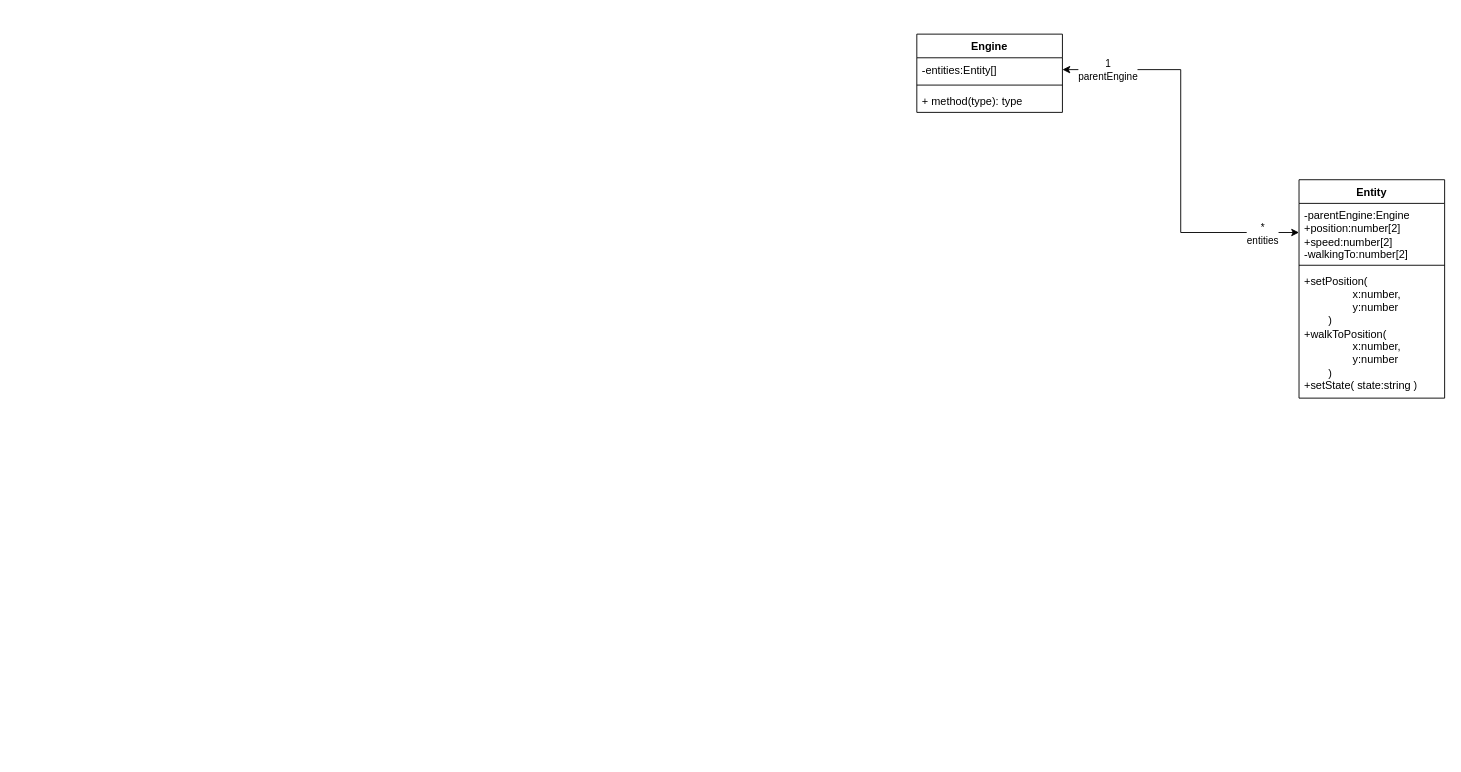
waitimconfused/compscig12-towerdefense keeps this draw.io diagram as Class Structure.drawio. Above is the earlier version. Source tidied: cells renumbered, new cells numbered last; positions are measured from the earlier drawing's top-left corner, leaving out a move shared by most shapes. Both pictures are drawn from the tidied source at 91%, with x=0, y=0 at pixel (916, 34).
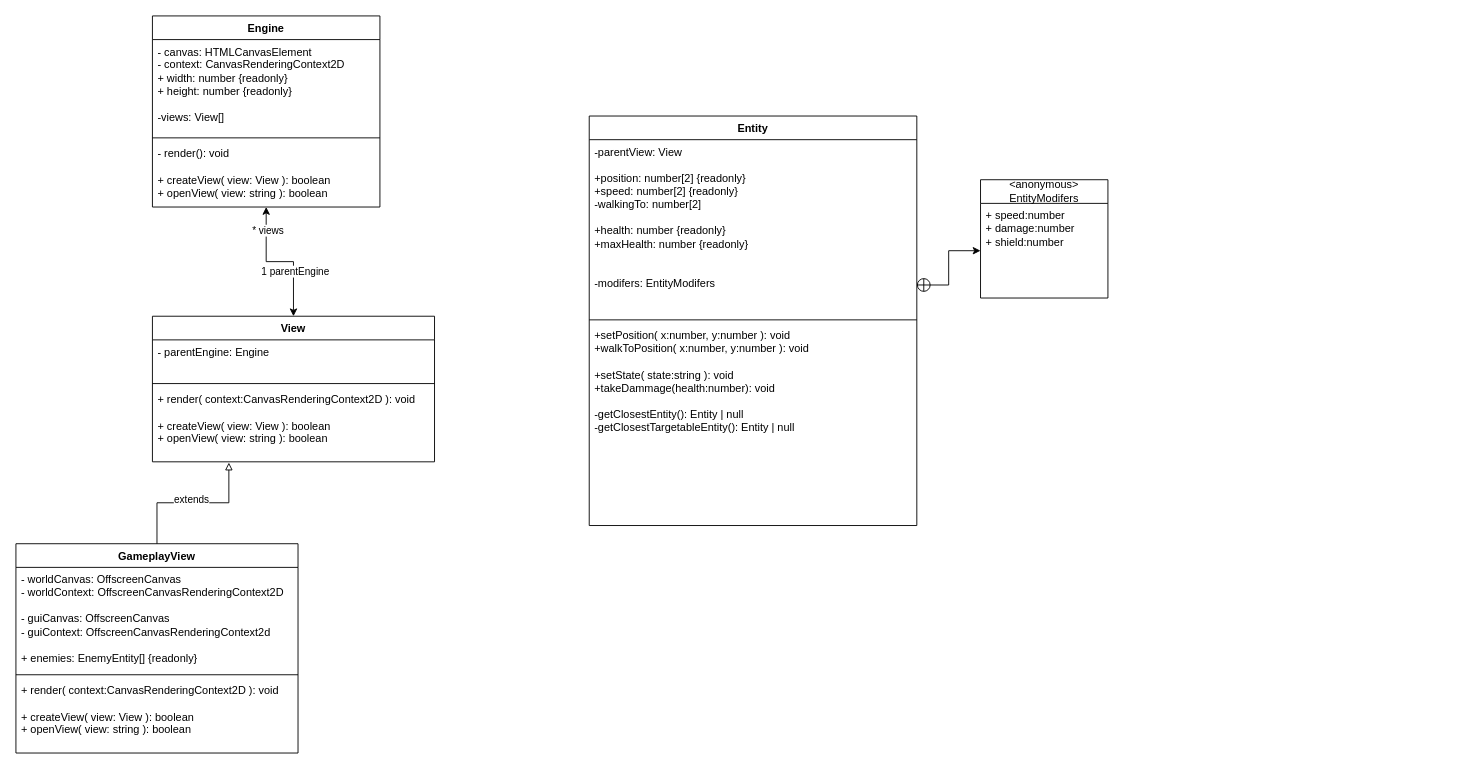
After the change.

Commit message:
Reset all, added better stuff

Diff of the diagram source:
```diff
@@
     <mxCell id="2" value="Entity" style="swimlane;fontStyle=1;align=center;verticalAlign=top;horizontal=1;startSize=26;whiteSpace=wrap;html=1;" parent="1" vertex="1">
-      <mxGeometry x="420" y="160" width="160" height="240" as="geometry" />
+      <mxGeometry x="-360" y="90" width="360" height="450" as="geometry" />
     </mxCell>
-    <mxCell id="3" value="&lt;div&gt;-parentEngine:Engine&lt;/div&gt;&lt;div&gt;+position:number[2]&lt;/div&gt;&lt;div&gt;+speed:number[2]&lt;/div&gt;&lt;div&gt;-walkingTo:number[2]&lt;/div&gt;" style="text;strokeColor=none;fillColor=none;align=left;verticalAlign=top;spacingLeft=4;spacingRight=4;overflow=hidden;points=[[0,0.5],[1,0.5]];portConstraint=eastwest;whiteSpace=wrap;html=1;" parent="2" vertex="1">
-      <mxGeometry y="26" width="160" height="64" as="geometry" />
+    <mxCell id="3" value="&lt;div&gt;-parentView: View&lt;/div&gt;&lt;div&gt;&lt;br&gt;&lt;/div&gt;&lt;div&gt;+position: number[2] {readonly}&lt;/div&gt;&lt;div&gt;+speed: number[2] {readonly}&lt;/div&gt;&lt;div&gt;-walkingTo: number[2]&lt;/div&gt;&lt;div&gt;&lt;br&gt;&lt;/div&gt;&lt;div&gt;+health: number {readonly}&lt;/div&gt;&lt;div&gt;+maxHealth: number {readonly}&lt;/div&gt;&lt;div&gt;&lt;br&gt;&lt;/div&gt;&lt;div&gt;&lt;br&gt;&lt;/div&gt;&lt;div&gt;-modifers: EntityModifers&lt;/div&gt;" style="text;strokeColor=none;fillColor=none;align=left;verticalAlign=top;spacingLeft=4;spacingRight=4;overflow=hidden;points=[[0,0.5],[1,0.5]];portConstraint=eastwest;whiteSpace=wrap;html=1;" parent="2" vertex="1">
+      <mxGeometry y="26" width="360" height="194" as="geometry" />
     </mxCell>
     <mxCell id="4" style="line;strokeWidth=1;fillColor=none;align=left;verticalAlign=middle;spacingTop=-1;spacingLeft=3;spacingRight=3;labelPosition=right;strokeColor=inherit;" parent="2" vertex="1">
-      <mxGeometry y="90" width="160" height="8" as="geometry" />
+      <mxGeometry y="220" width="360" height="8" as="geometry" />
     </mxCell>
-    <mxCell id="5" value="&lt;div&gt;+setPosition(&lt;br&gt;&lt;span style=&quot;white-space: pre;&quot;&gt;&#9;&lt;span style=&quot;white-space: pre;&quot;&gt;&#9;&lt;/span&gt;&lt;/span&gt;x:number,&lt;br&gt;&lt;span style=&quot;white-space: pre;&quot;&gt;&#9;&lt;/span&gt;&lt;span style=&quot;white-space: pre;&quot;&gt;&#9;&lt;/span&gt;y:number&lt;/div&gt;&lt;div&gt;&lt;span style=&quot;white-space: pre;&quot;&gt;&#9;&lt;/span&gt;)&lt;/div&gt;&lt;div&gt;+walkToPosition(&lt;br&gt;&lt;span style=&quot;white-space: pre;&quot;&gt;&#9;&lt;/span&gt;&lt;span style=&quot;white-space: pre;&quot;&gt;&#9;&lt;/span&gt;x:number,&lt;br&gt;&lt;span style=&quot;white-space: pre;&quot;&gt;&#9;&lt;/span&gt;&lt;span style=&quot;white-space: pre;&quot;&gt;&#9;&lt;/span&gt;y:number&lt;/div&gt;&lt;div&gt;&lt;span style=&quot;white-space: pre;&quot;&gt;&#9;&lt;/span&gt;)&lt;/div&gt;&lt;div&gt;+setState( state:string )&lt;/div&gt;" style="text;strokeColor=none;fillColor=none;align=left;verticalAlign=top;spacingLeft=4;spacingRight=4;overflow=hidden;whiteSpace=wrap;html=1;" parent="2" vertex="1">
-      <mxGeometry y="98" width="160" height="142" as="geometry" />
+    <mxCell id="5" value="&lt;div&gt;+setPosition(&amp;nbsp;x:number, y:number ): void&lt;/div&gt;&lt;div&gt;+walkToPosition( x:number,&amp;nbsp;y:number ): void&lt;/div&gt;&lt;div&gt;&lt;br&gt;&lt;/div&gt;&lt;div&gt;+setState( state:string ): void&lt;/div&gt;&lt;div&gt;+takeDammage(health:number): void&lt;/div&gt;&lt;div&gt;&lt;br&gt;&lt;/div&gt;&lt;div&gt;-getClosestEntity(): Entity | null&lt;/div&gt;&lt;div&gt;-getClosestTargetableEntity(): Entity | null&lt;/div&gt;" style="text;strokeColor=none;fillColor=none;align=left;verticalAlign=top;spacingLeft=4;spacingRight=4;overflow=hidden;whiteSpace=wrap;html=1;" parent="2" vertex="1">
+      <mxGeometry y="228" width="360" height="222" as="geometry" />
     </mxCell>
+    <mxCell id="13" value="&lt;div&gt;&amp;lt;anonymous&amp;gt;&lt;/div&gt;&lt;div&gt;EntityModifers&lt;/div&gt;" style="swimlane;fontStyle=0;horizontal=1;startSize=26;fillColor=none;whiteSpace=wrap;html=1;" parent="1" vertex="1">
+      <mxGeometry x="70" y="160" width="140" height="130" as="geometry" />
+    </mxCell>
+    <mxCell id="14" value="&lt;div&gt;+ speed:number&lt;/div&gt;&lt;div&gt;+ damage:number&lt;/div&gt;&lt;div&gt;+ shield:number&lt;/div&gt;" style="text;strokeColor=none;fillColor=none;align=left;verticalAlign=top;spacingLeft=4;spacingRight=4;overflow=hidden;points=[[0,0.5],[1,0.5]];portConstraint=eastwest;whiteSpace=wrap;html=1;" parent="13" vertex="1">
+      <mxGeometry y="26" width="140" height="104" as="geometry" />
+    </mxCell>
+    <mxCell id="15" style="edgeStyle=orthogonalEdgeStyle;rounded=0;jettySize=auto;html=1;exitX=0.999;exitY=0.823;exitDx=0;exitDy=0;startArrow=circlePlus;startFill=0;exitPerimeter=0;" parent="1" edge="1" source="3" target="14">
+      <mxGeometry relative="1" as="geometry" />
+    </mxCell>
+    <mxCell id="16" style="edgeStyle=orthogonalEdgeStyle;rounded=0;jettySize=auto;html=1;exitX=0.5;exitY=1;exitDx=0;exitDy=0;entryX=0.5;entryY=0;entryDx=0;entryDy=0;startArrow=classic;startFill=1;" parent="1" edge="1" source="6" target="21">
+      <mxGeometry relative="1" as="geometry" />
+    </mxCell>
+    <mxCell id="17" value="* views" style="edgeLabel;html=1;align=center;verticalAlign=middle;" parent="16" vertex="1">
+      <mxGeometry x="-0.66" y="1" relative="1" as="geometry" />
+    </mxCell>
+    <mxCell id="11" value="1 parentEngine" style="edgeLabel;html=1;align=center;verticalAlign=middle;" parent="16" vertex="1">
+      <mxGeometry x="0.33" y="1" relative="1" as="geometry" />
+    </mxCell>
     <mxCell id="6" value="Engine" style="swimlane;fontStyle=1;align=center;verticalAlign=top;horizontal=1;startSize=26;whiteSpace=wrap;html=1;" parent="1" vertex="1">
-      <mxGeometry width="160" height="86" as="geometry" />
+      <mxGeometry x="-840" y="-20" width="250" height="210" as="geometry" />
     </mxCell>
-    <mxCell id="7" value="-entities:Entity[]" style="text;strokeColor=none;fillColor=none;align=left;verticalAlign=top;spacingLeft=4;spacingRight=4;overflow=hidden;points=[[0,0.5],[1,0.5]];portConstraint=eastwest;whiteSpace=wrap;html=1;" parent="6" vertex="1">
-      <mxGeometry y="26" width="160" height="26" as="geometry" />
-    </mxCell>
-    <mxCell id="8" style="line;strokeWidth=1;fillColor=none;align=left;verticalAlign=middle;spacingTop=-1;spacingLeft=3;spacingRight=3;labelPosition=right;strokeColor=inherit;" parent="6" vertex="1">
-      <mxGeometry y="52" width="160" height="8" as="geometry" />
-    </mxCell>
-    <mxCell id="9" value="+ method(type): type" style="text;strokeColor=none;fillColor=none;align=left;verticalAlign=top;spacingLeft=4;spacingRight=4;overflow=hidden;whiteSpace=wrap;html=1;" parent="6" vertex="1">
-      <mxGeometry y="60" width="160" height="26" as="geometry" />
-    </mxCell>
-    <mxCell id="10" style="edgeStyle=orthogonalEdgeStyle;rounded=0;jettySize=auto;html=1;exitX=1;exitY=0.5;exitDx=0;exitDy=0;entryX=0;entryY=0.5;entryDx=0;entryDy=0;startArrow=classic;startFill=1;" parent="1" edge="1" source="7" target="3">
-      <mxGeometry relative="1" as="geometry" />
-    </mxCell>
-    <mxCell id="11" value="1&lt;br&gt;parentEngine" style="edgeLabel;html=1;align=center;verticalAlign=middle;" parent="10" vertex="1">
-      <mxGeometry x="-0.95" relative="1" as="geometry">
-        <mxPoint x="38" as="offset" />
-      </mxGeometry>
-    </mxCell>
-    <mxCell id="12" value="*&lt;br&gt;entities" style="edgeLabel;html=1;align=center;verticalAlign=middle;" parent="10" vertex="1">
-      <mxGeometry x="0.86" y="-1" relative="1" as="geometry">
-        <mxPoint x="-10" as="offset" />
-      </mxGeometry>
-    </mxCell>
+    <mxCell id="18" value="&lt;div&gt;- canvas: HTMLCanvasElement&lt;/div&gt;&lt;div&gt;- context: CanvasRenderingContext2D&lt;/div&gt;&lt;div&gt;+ width: number {readonly}&lt;/div&gt;&lt;div&gt;+ height: number {readonly}&lt;/div&gt;&lt;div&gt;&lt;br&gt;&lt;/div&gt;&lt;div&gt;-views: View[]&lt;/div&gt;" style="text;strokeColor=none;fillColor=none;align=left;verticalAlign=top;spacingLeft=4;spacingRight=4;overflow=hidden;whiteSpace=wrap;html=1;" parent="6" vertex="1">
+      <mxGeometry y="26" width="250" height="104" as="geometry" />
+    </mxCell>
+    <mxCell id="19" style="line;strokeWidth=1;fillColor=none;align=left;verticalAlign=middle;spacingTop=-1;spacingLeft=3;spacingRight=3;labelPosition=right;strokeColor=inherit;" parent="6" vertex="1">
+      <mxGeometry y="130" width="250" height="8" as="geometry" />
+    </mxCell>
+    <mxCell id="20" value="&lt;div&gt;- render(): void&lt;/div&gt;&lt;div&gt;&lt;br&gt;&lt;/div&gt;&lt;div&gt;&lt;div&gt;&lt;/div&gt;&lt;div&gt;+ createView( view: View ): boolean&lt;/div&gt;&lt;/div&gt;&lt;div&gt;+ openView( view: string ): boolean&lt;/div&gt;" style="text;strokeColor=none;fillColor=none;align=left;verticalAlign=top;spacingLeft=4;spacingRight=4;overflow=hidden;whiteSpace=wrap;html=1;" parent="6" vertex="1">
+      <mxGeometry y="138" width="250" height="72" as="geometry" />
+    </mxCell>
+    <mxCell id="21" value="View" style="swimlane;fontStyle=1;align=center;verticalAlign=top;horizontal=1;startSize=26;whiteSpace=wrap;html=1;" parent="1" vertex="1">
+      <mxGeometry x="-840" y="310" width="310" height="160" as="geometry" />
+    </mxCell>
+    <mxCell id="22" value="&lt;div&gt;- parentEngine: Engine&lt;/div&gt;" style="text;strokeColor=none;fillColor=none;align=left;verticalAlign=top;spacingLeft=4;spacingRight=4;overflow=hidden;whiteSpace=wrap;html=1;" parent="21" vertex="1">
+      <mxGeometry y="26" width="310" height="44" as="geometry" />
+    </mxCell>
+    <mxCell id="23" style="line;strokeWidth=1;fillColor=none;align=left;verticalAlign=middle;spacingTop=-1;spacingLeft=3;spacingRight=3;labelPosition=right;strokeColor=inherit;" parent="21" vertex="1">
+      <mxGeometry y="70" width="310" height="8" as="geometry" />
+    </mxCell>
+    <mxCell id="24" value="&lt;div&gt;+ render( context:CanvasRenderingContext2D ): void&lt;/div&gt;&lt;div&gt;&lt;br&gt;&lt;/div&gt;&lt;div&gt;&lt;div&gt;&lt;/div&gt;&lt;div&gt;+ createView( view: View ): boolean&lt;/div&gt;&lt;/div&gt;&lt;div&gt;+ openView( view: string ): boolean&lt;/div&gt;" style="text;strokeColor=none;fillColor=none;align=left;verticalAlign=top;spacingLeft=4;spacingRight=4;overflow=hidden;points=[[0,0.5],[1,0.5]];portConstraint=eastwest;whiteSpace=wrap;html=1;" parent="21" vertex="1">
+      <mxGeometry y="78" width="310" height="82" as="geometry" />
+    </mxCell>
+    <mxCell id="25" value="GameplayView" style="swimlane;fontStyle=1;align=center;verticalAlign=top;horizontal=1;startSize=26;whiteSpace=wrap;html=1;" parent="1" vertex="1">
+      <mxGeometry x="-990" y="560" width="310" height="230" as="geometry" />
+    </mxCell>
+    <mxCell id="26" value="&lt;div&gt;- worldCanvas: OffscreenCanvas&lt;/div&gt;&lt;div&gt;- worldContext: OffscreenCanvasRenderingContext2D&lt;/div&gt;&lt;div&gt;&lt;br&gt;&lt;/div&gt;&lt;div&gt;- guiCanvas: OffscreenCanvas&lt;/div&gt;&lt;div&gt;- guiContext: OffscreenCanvasRenderingContext2d&lt;/div&gt;&lt;div&gt;&lt;br&gt;&lt;/div&gt;&lt;div&gt;+ enemies: EnemyEntity[] {readonly}&lt;/div&gt;" style="text;strokeColor=none;fillColor=none;align=left;verticalAlign=top;spacingLeft=4;spacingRight=4;overflow=hidden;whiteSpace=wrap;html=1;" parent="25" vertex="1">
+      <mxGeometry y="26" width="310" height="114" as="geometry" />
+    </mxCell>
+    <mxCell id="27" style="line;strokeWidth=1;fillColor=none;align=left;verticalAlign=middle;spacingTop=-1;spacingLeft=3;spacingRight=3;labelPosition=right;strokeColor=inherit;" parent="25" vertex="1">
+      <mxGeometry y="140" width="310" height="8" as="geometry" />
+    </mxCell>
+    <mxCell id="28" value="&lt;div&gt;+ render( context:CanvasRenderingContext2D ): void&lt;/div&gt;&lt;div&gt;&lt;br&gt;&lt;/div&gt;&lt;div&gt;&lt;div&gt;&lt;/div&gt;&lt;div&gt;+ createView( view: View ): boolean&lt;/div&gt;&lt;/div&gt;&lt;div&gt;+ openView( view: string ): boolean&lt;/div&gt;" style="text;strokeColor=none;fillColor=none;align=left;verticalAlign=top;spacingLeft=4;spacingRight=4;overflow=hidden;whiteSpace=wrap;html=1;" parent="25" vertex="1">
+      <mxGeometry y="148" width="310" height="82" as="geometry" />
+    </mxCell>
+    <mxCell id="29" style="edgeStyle=orthogonalEdgeStyle;rounded=0;jettySize=auto;html=1;entryX=0.271;entryY=1.01;entryDx=0;entryDy=0;entryPerimeter=0;endArrow=block;endFill=0;" parent="1" edge="1" source="25" target="24">
+      <mxGeometry relative="1" as="geometry" />
+    </mxCell>
+    <mxCell id="30" value="extends" style="edgeLabel;html=1;align=center;verticalAlign=middle;" parent="29" vertex="1">
+      <mxGeometry x="-0.02" y="4" relative="1" as="geometry" />
+    </mxCell>
```
